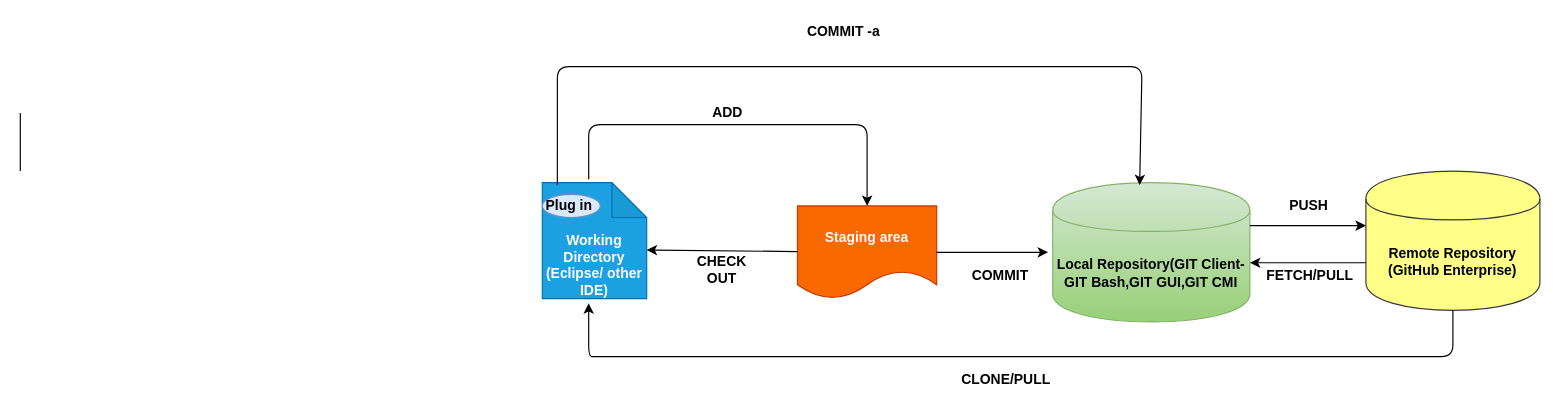
VisalamMurugan/drawio keeps this draw.io diagram as page "Page-1" (1 of 4) of Github Architecture.drawio. Above is the earlier version. Source tidied: cells renumbered, new cells numbered last; positions are measured from the earlier drawing's top-left corner, leaving out a move shared by most shapes. Both pictures are drawn from the tidied source at 116%, with x=0, y=0 at pixel (20, 20).
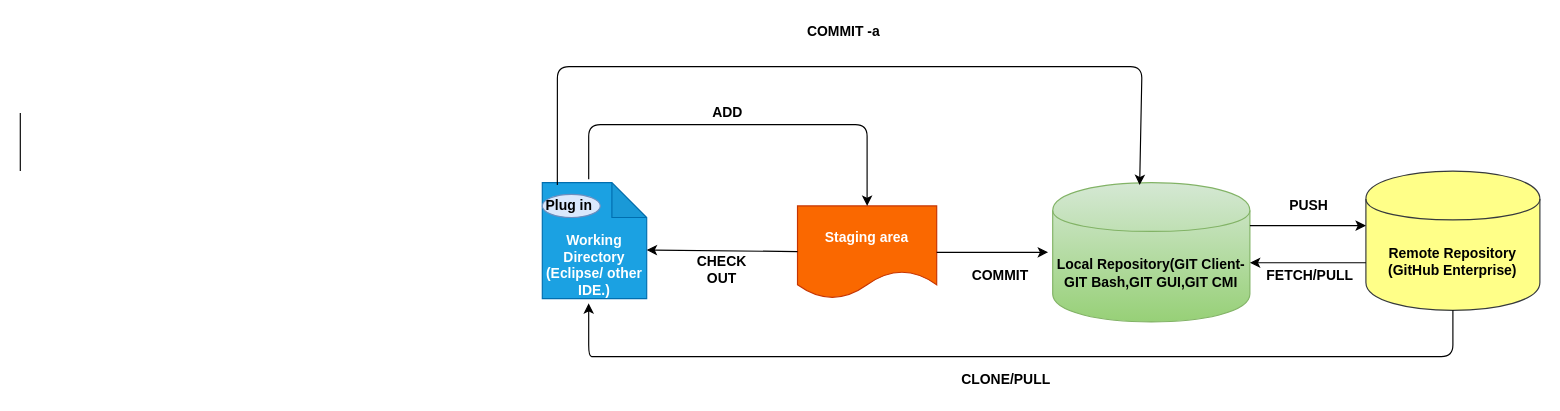
Above is the later version.

The edit, as a diff of the source:
```diff
@@
-    <mxCell id="2" value="&lt;br&gt;&lt;b&gt;&lt;br&gt;&lt;br&gt;Working Directory (Eclipse/ other IDE)&lt;/b&gt;" style="shape=note;whiteSpace=wrap;html=1;backgroundOutline=1;darkOpacity=0.05;fillColor=#1ba1e2;strokeColor=#006EAF;fontColor=#ffffff;" parent="1" vertex="1">
+    <mxCell id="2" value="&lt;br&gt;&lt;b&gt;&lt;br&gt;&lt;br&gt;Working Directory (Eclipse/ other IDE.)&lt;/b&gt;" style="shape=note;whiteSpace=wrap;html=1;backgroundOutline=1;darkOpacity=0.05;fillColor=#1ba1e2;strokeColor=#006EAF;fontColor=#ffffff;" parent="1" vertex="1">
       <mxGeometry x="450" y="140" width="90" height="100" as="geometry" />
     </mxCell>
```
